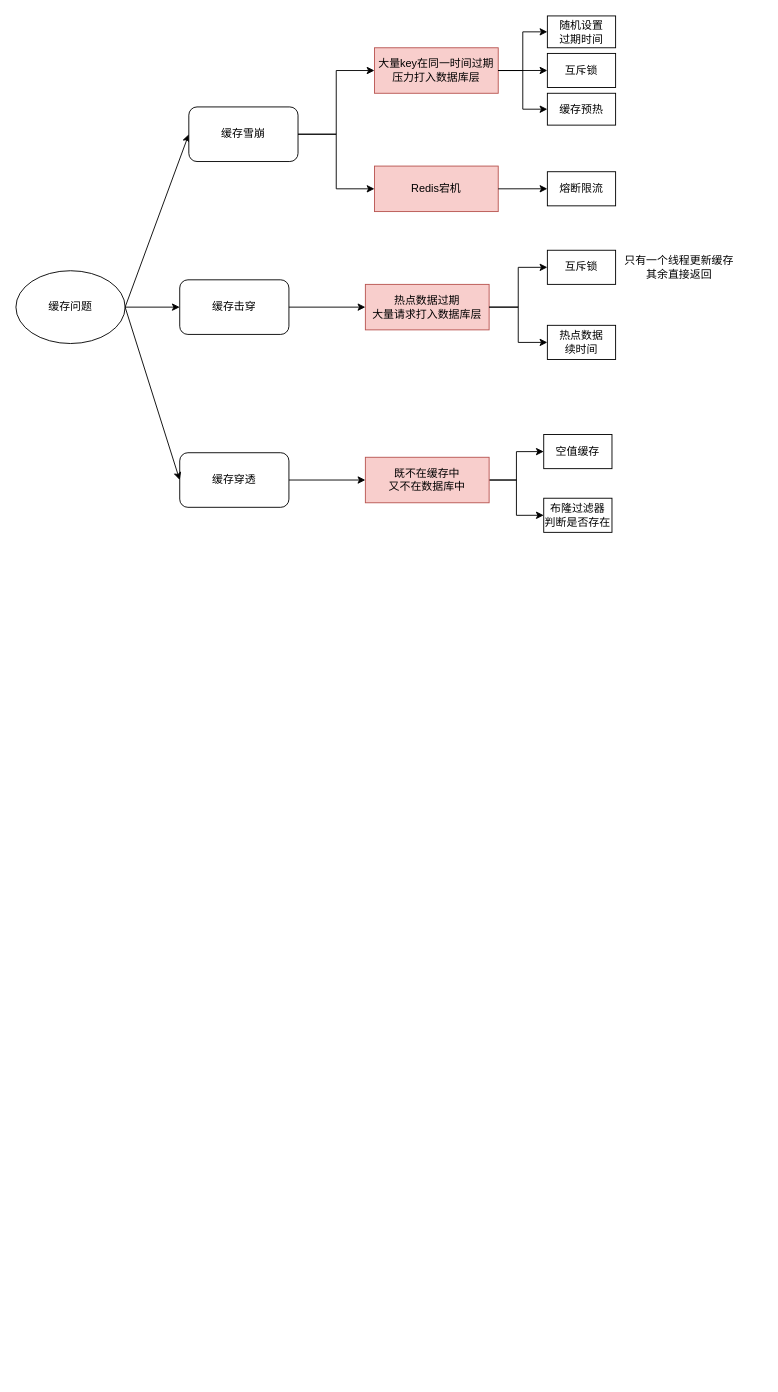
Above: Redis缓存.drawio in 1155200424/diagrams (draw.io), before the change. Source tidied: cells renumbered, new cells numbered last; positions are measured from the earlier drawing's top-left corner, leaving out a move shared by most shapes. Both pictures are drawn from the tidied source at 91%, with x=0, y=0 at pixel (15, 15).
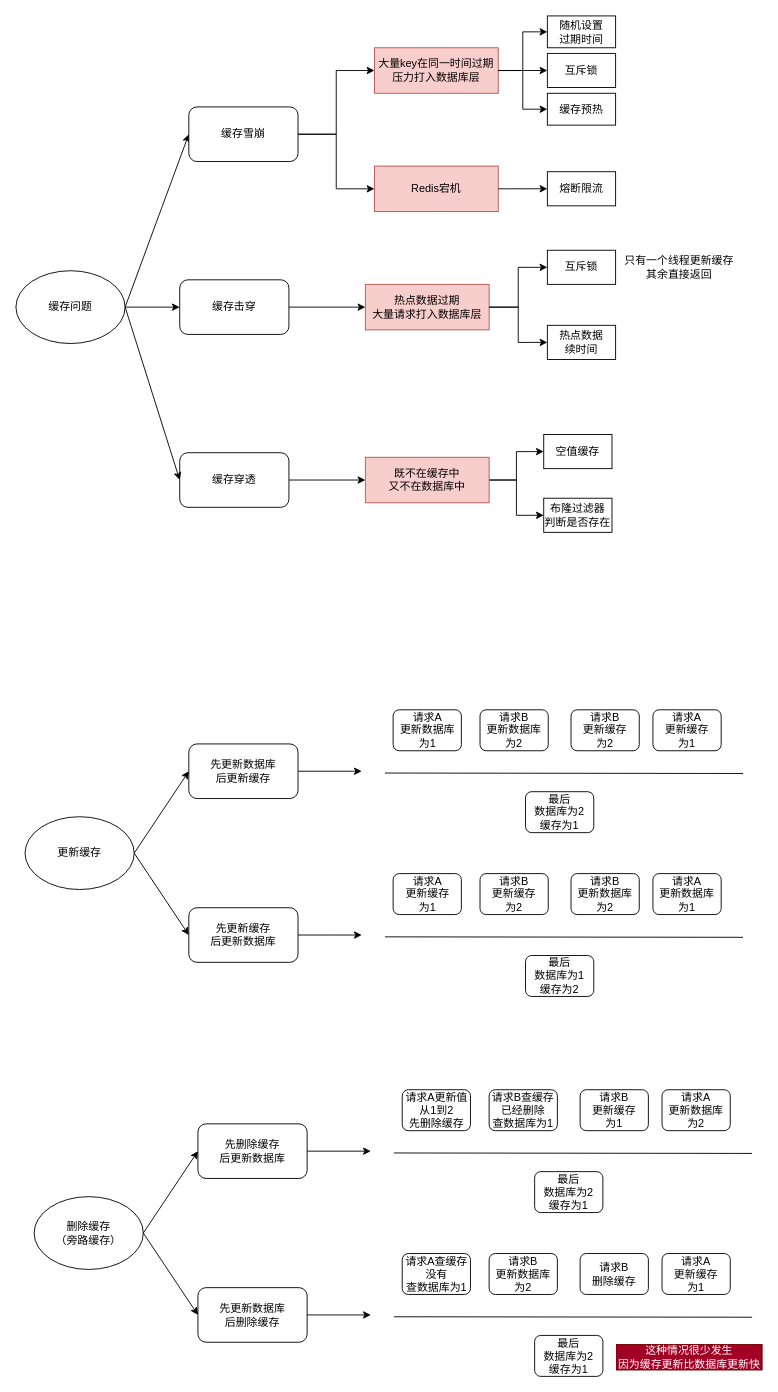
The same page after the edit.

The edit, as a diff of the source:
```diff
@@
+    <mxCell id="38" style="group;" parent="1" vertex="1">
+      <mxGeometry x="10" y="762.5" width="789" height="315" as="geometry" />
+    </mxCell>
+    <mxCell id="39" value="更新缓存" style="ellipse;whiteSpace=wrap;html=1;" parent="38" vertex="1">
+      <mxGeometry y="117.5" width="120" height="80" as="geometry" />
+    </mxCell>
+    <mxCell id="40" style="edgeStyle=orthogonalEdgeStyle;rounded=0;jettySize=auto;html=1;exitX=1;exitY=0.5;exitDx=0;exitDy=0;" parent="38" edge="1" source="41">
+      <mxGeometry relative="1" as="geometry">
+        <mxPoint x="370" y="67.5" as="targetPoint" />
+      </mxGeometry>
+    </mxCell>
+    <mxCell id="41" value="先更新数据库&lt;br&gt;后更新缓存" style="rounded=1;whiteSpace=wrap;html=1;" parent="38" vertex="1">
+      <mxGeometry x="180" y="37.5" width="120" height="60" as="geometry" />
+    </mxCell>
+    <mxCell id="42" style="edgeStyle=orthogonalEdgeStyle;rounded=0;jettySize=auto;html=1;exitX=1;exitY=0.5;exitDx=0;exitDy=0;" parent="38" edge="1" source="43">
+      <mxGeometry relative="1" as="geometry">
+        <mxPoint x="370" y="247.5" as="targetPoint" />
+      </mxGeometry>
+    </mxCell>
+    <mxCell id="43" value="先更新缓存&lt;br&gt;后更新数据库" style="rounded=1;whiteSpace=wrap;html=1;" parent="38" vertex="1">
+      <mxGeometry x="180" y="217.5" width="120" height="60" as="geometry" />
+    </mxCell>
+    <mxCell id="44" style="endArrow=none;html=1;rounded=0;" parent="38" edge="1">
+      <mxGeometry relative="1" as="geometry">
+        <mxPoint x="395.5" y="69.5" as="sourcePoint" />
+        <mxPoint x="789" y="70" as="targetPoint" />
+      </mxGeometry>
+    </mxCell>
+    <mxCell id="45" value="请求A&lt;br&gt;更新数据库&lt;br&gt;为1" style="rounded=1;whiteSpace=wrap;html=1;" parent="38" vertex="1">
+      <mxGeometry x="404.5" width="75" height="45" as="geometry" />
+    </mxCell>
+    <mxCell id="46" value="请求A&lt;br&gt;更新缓存&lt;br&gt;为1" style="rounded=1;whiteSpace=wrap;html=1;" parent="38" vertex="1">
+      <mxGeometry x="690" width="75" height="45" as="geometry" />
+    </mxCell>
+    <mxCell id="47" value="请求B&lt;br&gt;更新数据库&lt;br&gt;为2" style="rounded=1;whiteSpace=wrap;html=1;" parent="38" vertex="1">
+      <mxGeometry x="500" width="75" height="45" as="geometry" />
+    </mxCell>
+    <mxCell id="48" value="请求B&lt;br&gt;更新缓存&lt;br&gt;为2" style="rounded=1;whiteSpace=wrap;html=1;" parent="38" vertex="1">
+      <mxGeometry x="600" width="75" height="45" as="geometry" />
+    </mxCell>
+    <mxCell id="49" value="最后&lt;br&gt;数据库为2&lt;br&gt;缓存为1" style="rounded=1;whiteSpace=wrap;html=1;" parent="38" vertex="1">
+      <mxGeometry x="550" y="90" width="75" height="45" as="geometry" />
+    </mxCell>
+    <mxCell id="50" style="endArrow=classic;html=1;rounded=0;entryX=0;entryY=0.5;entryDx=0;entryDy=0;" parent="38" edge="1" target="41">
+      <mxGeometry relative="1" as="geometry">
+        <mxPoint x="120" y="157.5" as="sourcePoint" />
+      </mxGeometry>
+    </mxCell>
+    <mxCell id="51" style="endArrow=none;html=1;rounded=0;" parent="38" edge="1">
+      <mxGeometry relative="1" as="geometry">
+        <mxPoint x="395.5" y="249.5" as="sourcePoint" />
+        <mxPoint x="789" y="250" as="targetPoint" />
+      </mxGeometry>
+    </mxCell>
+    <mxCell id="52" value="请求A&lt;br&gt;更新缓存&lt;br&gt;为1" style="rounded=1;whiteSpace=wrap;html=1;" parent="38" vertex="1">
+      <mxGeometry x="404.5" y="180" width="75" height="45" as="geometry" />
+    </mxCell>
+    <mxCell id="53" value="请求A&lt;br&gt;更新数据库&lt;br&gt;为1" style="rounded=1;whiteSpace=wrap;html=1;" parent="38" vertex="1">
+      <mxGeometry x="690" y="180" width="75" height="45" as="geometry" />
+    </mxCell>
+    <mxCell id="54" value="请求B&lt;br&gt;更新缓存&lt;br&gt;为2" style="rounded=1;whiteSpace=wrap;html=1;" parent="38" vertex="1">
+      <mxGeometry x="500" y="180" width="75" height="45" as="geometry" />
+    </mxCell>
+    <mxCell id="55" value="请求B&lt;br&gt;更新数据库&lt;br&gt;为2" style="rounded=1;whiteSpace=wrap;html=1;" parent="38" vertex="1">
+      <mxGeometry x="600" y="180" width="75" height="45" as="geometry" />
+    </mxCell>
+    <mxCell id="56" value="最后&lt;br&gt;数据库为1&lt;br&gt;缓存为2" style="rounded=1;whiteSpace=wrap;html=1;" parent="38" vertex="1">
+      <mxGeometry x="550" y="270" width="75" height="45" as="geometry" />
+    </mxCell>
+    <mxCell id="57" style="endArrow=classic;html=1;rounded=0;entryX=0;entryY=0.5;entryDx=0;entryDy=0;" parent="38" edge="1" target="43">
+      <mxGeometry relative="1" as="geometry">
+        <mxPoint x="120" y="157.5" as="sourcePoint" />
+      </mxGeometry>
+    </mxCell>
+    <mxCell id="58" style="group;" parent="1" vertex="1">
+      <mxGeometry x="20" y="1180" width="800" height="315" as="geometry" />
+    </mxCell>
+    <mxCell id="59" value="删除缓存&lt;br&gt;（旁路缓存）" style="ellipse;whiteSpace=wrap;html=1;" parent="58" vertex="1">
+      <mxGeometry y="117.5" width="120" height="80" as="geometry" />
+    </mxCell>
+    <mxCell id="60" style="edgeStyle=orthogonalEdgeStyle;rounded=0;jettySize=auto;html=1;exitX=1;exitY=0.5;exitDx=0;exitDy=0;" parent="58" edge="1" source="61">
+      <mxGeometry relative="1" as="geometry">
+        <mxPoint x="370" y="67.5" as="targetPoint" />
+      </mxGeometry>
+    </mxCell>
+    <mxCell id="61" value="先删除缓存&lt;br&gt;后更新数据库" style="rounded=1;whiteSpace=wrap;html=1;" parent="58" vertex="1">
+      <mxGeometry x="180" y="37.5" width="120" height="60" as="geometry" />
+    </mxCell>
+    <mxCell id="62" style="edgeStyle=orthogonalEdgeStyle;rounded=0;jettySize=auto;html=1;exitX=1;exitY=0.5;exitDx=0;exitDy=0;" parent="58" edge="1" source="63">
+      <mxGeometry relative="1" as="geometry">
+        <mxPoint x="370" y="247.5" as="targetPoint" />
+      </mxGeometry>
+    </mxCell>
+    <mxCell id="63" value="先更新数据库&lt;br&gt;后删除缓存" style="rounded=1;whiteSpace=wrap;html=1;" parent="58" vertex="1">
+      <mxGeometry x="180" y="217.5" width="120" height="60" as="geometry" />
+    </mxCell>
+    <mxCell id="64" style="endArrow=none;html=1;rounded=0;" parent="58" edge="1">
+      <mxGeometry relative="1" as="geometry">
+        <mxPoint x="395.5" y="69.5" as="sourcePoint" />
+        <mxPoint x="789" y="70" as="targetPoint" />
+      </mxGeometry>
+    </mxCell>
+    <mxCell id="65" value="&lt;font style=&quot;font-size: 12px;&quot;&gt;请求A更新值&lt;br style=&quot;border-color: var(--border-color);&quot;&gt;从1到2&lt;br style=&quot;border-color: var(--border-color);&quot;&gt;先删除缓存&lt;/font&gt;" style="rounded=1;whiteSpace=wrap;html=1;" parent="58" vertex="1">
+      <mxGeometry x="404.5" width="75" height="45" as="geometry" />
+    </mxCell>
+    <mxCell id="66" value="请求A&lt;br&gt;更新数据库&lt;br&gt;为2" style="rounded=1;whiteSpace=wrap;html=1;" parent="58" vertex="1">
+      <mxGeometry x="690" width="75" height="45" as="geometry" />
+    </mxCell>
+    <mxCell id="67" value="请求B查缓存&lt;br&gt;已经删除&lt;br&gt;查数据库为1" style="rounded=1;whiteSpace=wrap;html=1;" parent="58" vertex="1">
+      <mxGeometry x="500" width="75" height="45" as="geometry" />
+    </mxCell>
+    <mxCell id="68" value="请求B&lt;br&gt;更新缓存&lt;br&gt;为1" style="rounded=1;whiteSpace=wrap;html=1;" parent="58" vertex="1">
+      <mxGeometry x="600" width="75" height="45" as="geometry" />
+    </mxCell>
+    <mxCell id="69" value="最后&lt;br&gt;数据库为2&lt;br&gt;缓存为1" style="rounded=1;whiteSpace=wrap;html=1;" parent="58" vertex="1">
+      <mxGeometry x="550" y="90" width="75" height="45" as="geometry" />
+    </mxCell>
+    <mxCell id="70" style="endArrow=classic;html=1;rounded=0;entryX=0;entryY=0.5;entryDx=0;entryDy=0;" parent="58" edge="1" target="61">
+      <mxGeometry relative="1" as="geometry">
+        <mxPoint x="120" y="157.5" as="sourcePoint" />
+      </mxGeometry>
+    </mxCell>
+    <mxCell id="71" style="endArrow=none;html=1;rounded=0;" parent="58" edge="1">
+      <mxGeometry relative="1" as="geometry">
+        <mxPoint x="395.5" y="249.5" as="sourcePoint" />
+        <mxPoint x="789" y="250" as="targetPoint" />
+      </mxGeometry>
+    </mxCell>
+    <mxCell id="72" value="请求A查缓存&lt;br&gt;没有&lt;br&gt;查数据库为1" style="rounded=1;whiteSpace=wrap;html=1;" parent="58" vertex="1">
+      <mxGeometry x="404.5" y="180" width="75" height="45" as="geometry" />
+    </mxCell>
+    <mxCell id="73" value="请求A&lt;br&gt;更新缓存&lt;br&gt;为1" style="rounded=1;whiteSpace=wrap;html=1;" parent="58" vertex="1">
+      <mxGeometry x="690" y="180" width="75" height="45" as="geometry" />
+    </mxCell>
+    <mxCell id="74" value="请求B&lt;br&gt;更新数据库&lt;br&gt;为2" style="rounded=1;whiteSpace=wrap;html=1;" parent="58" vertex="1">
+      <mxGeometry x="500" y="180" width="75" height="45" as="geometry" />
+    </mxCell>
+    <mxCell id="75" value="请求B&lt;br&gt;删除缓存" style="rounded=1;whiteSpace=wrap;html=1;" parent="58" vertex="1">
+      <mxGeometry x="600" y="180" width="75" height="45" as="geometry" />
+    </mxCell>
+    <mxCell id="76" value="最后&lt;br&gt;数据库为2&lt;br&gt;缓存为1" style="rounded=1;whiteSpace=wrap;html=1;" parent="58" vertex="1">
+      <mxGeometry x="550" y="270" width="75" height="45" as="geometry" />
+    </mxCell>
+    <mxCell id="77" style="endArrow=classic;html=1;rounded=0;entryX=0;entryY=0.5;entryDx=0;entryDy=0;" parent="58" edge="1" target="63">
+      <mxGeometry relative="1" as="geometry">
+        <mxPoint x="120" y="157.5" as="sourcePoint" />
+      </mxGeometry>
+    </mxCell>
+    <mxCell id="78" value="这种情况很少发生&lt;br&gt;因为缓存更新比数据库更新快" style="text;html=1;align=center;verticalAlign=middle;whiteSpace=wrap;rounded=0;fillColor=#a20025;fontColor=#ffffff;strokeColor=#6F0000;" parent="58" vertex="1">
+      <mxGeometry x="640" y="280" width="160" height="28" as="geometry" />
+    </mxCell>
```
